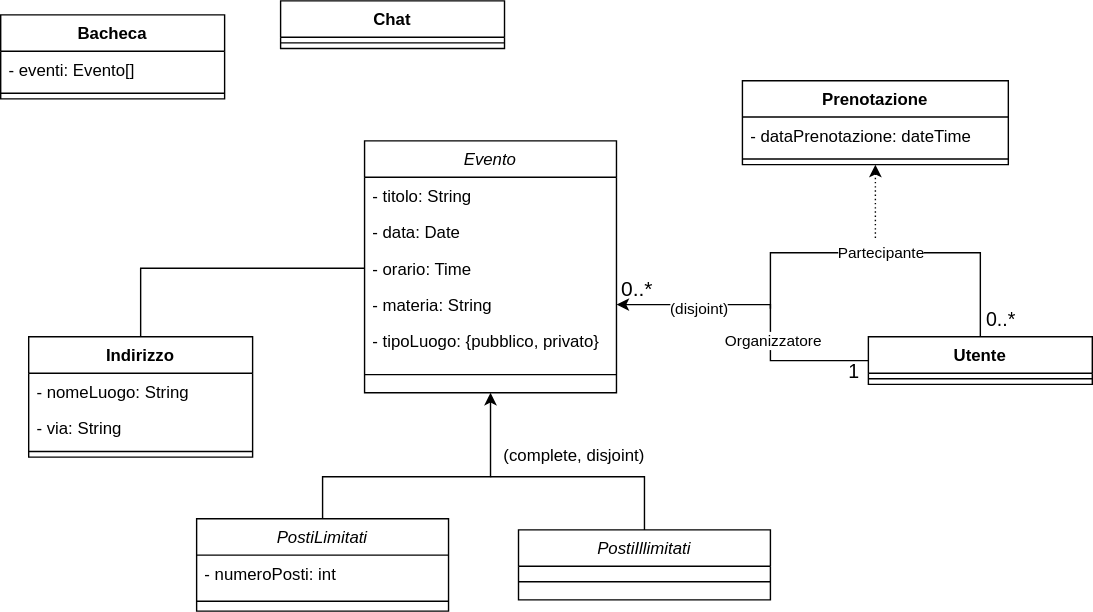
federicoporpora/studyLink keeps this draw.io diagram as ModelliDominioDrawio/Evento.svg. Above is the earlier version. Source tidied: cells renumbered, new cells last; positions are measured from the earlier drawing's top-left corner, leaving out a move shared by most shapes.
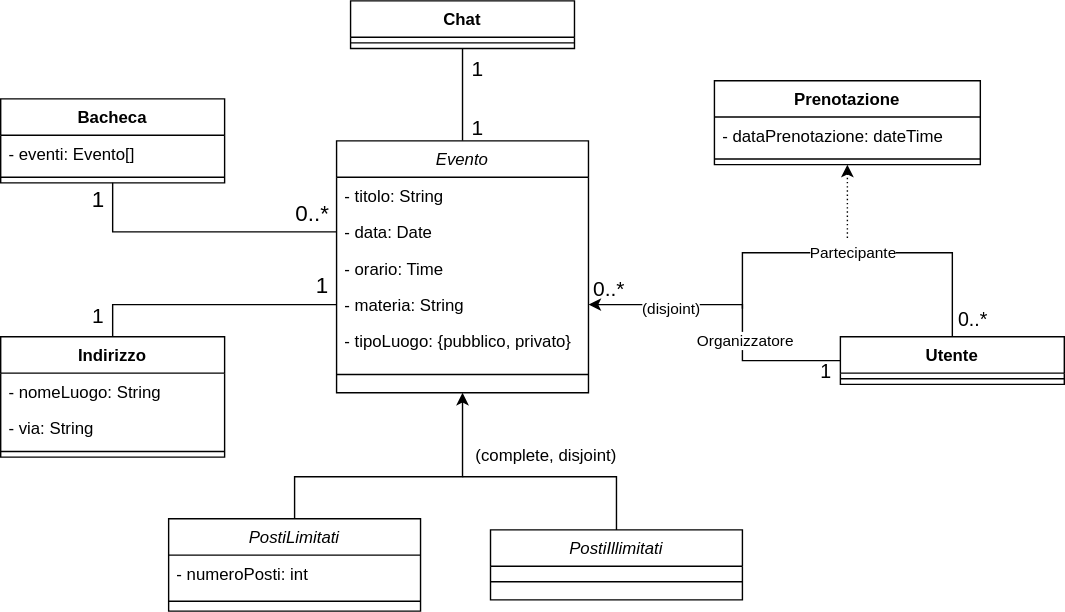
The same diagram one commit later.

Commit message:
primo push evento

Change to the diagram source:
```diff
@@ -11,6 +11,9 @@
         </Array>
       </mxGeometry>
     </mxCell>
+    <mxCell id="41" style="edgeStyle=orthogonalEdgeStyle;rounded=0;jettySize=auto;html=1;exitX=0.5;exitY=0;exitDx=0;exitDy=0;entryX=0.5;entryY=1;entryDx=0;entryDy=0;endArrow=none;endFill=0;" parent="1" edge="1" source="3" target="26">
+      <mxGeometry relative="1" as="geometry" />
+    </mxCell>
     <mxCell id="3" value="Evento" style="swimlane;fontStyle=2;align=center;verticalAlign=top;horizontal=1;startSize=26;rounded=0;shadow=0;strokeWidth=1;" parent="1" vertex="1">
       <mxGeometry x="260" y="100" width="180" height="180" as="geometry" />
     </mxCell>
@@ -32,7 +35,7 @@
     <mxCell id="9" style="line;html=1;strokeWidth=1;align=left;verticalAlign=middle;spacingTop=-1;spacingLeft=3;spacingRight=3;labelPosition=right;" parent="3" vertex="1">
       <mxGeometry y="156" width="180" height="22" as="geometry" />
     </mxCell>
-    <mxCell id="10" style="edgeStyle=orthogonalEdgeStyle;rounded=0;jettySize=auto;html=1;entryX=0;entryY=0.5;entryDx=0;entryDy=0;endArrow=none;endFill=0;" parent="1" edge="1" source="11" target="6">
+    <mxCell id="10" style="edgeStyle=orthogonalEdgeStyle;rounded=0;jettySize=auto;html=1;entryX=0;entryY=0.5;entryDx=0;entryDy=0;endArrow=none;endFill=0;" parent="1" edge="1" source="11" target="7">
       <mxGeometry relative="1" as="geometry" />
     </mxCell>
     <mxCell id="11" value="Indirizzo" style="swimlane;fontStyle=1;align=center;verticalAlign=top;horizontal=1;startSize=26;whiteSpace=wrap;html=1;" parent="1" vertex="1">
@@ -47,8 +50,11 @@
     <mxCell id="14" style="line;strokeWidth=1;fillColor=none;align=left;verticalAlign=middle;spacingTop=-1;spacingLeft=3;spacingRight=3;labelPosition=right;strokeColor=inherit;" parent="11" vertex="1">
       <mxGeometry y="78" width="160" height="8" as="geometry" />
     </mxCell>
+    <mxCell id="42" style="edgeStyle=orthogonalEdgeStyle;rounded=0;jettySize=auto;html=1;exitX=0.5;exitY=1;exitDx=0;exitDy=0;entryX=0;entryY=0.5;entryDx=0;entryDy=0;endArrow=none;endFill=0;" parent="1" edge="1" source="15" target="5">
+      <mxGeometry relative="1" as="geometry" />
+    </mxCell>
     <mxCell id="15" value="Bacheca" style="swimlane;fontStyle=1;align=center;verticalAlign=top;horizontal=1;startSize=26;whiteSpace=wrap;html=1;" parent="1" vertex="1">
-      <mxGeometry y="10" width="160" height="60" as="geometry" />
+      <mxGeometry x="20" y="70" width="160" height="60" as="geometry" />
     </mxCell>
     <mxCell id="16" value="- eventi: Evento[]" style="text;strokeColor=none;fillColor=none;align=left;verticalAlign=top;spacingLeft=4;spacingRight=4;overflow=hidden;whiteSpace=wrap;html=1;" parent="15" vertex="1">
       <mxGeometry y="26" width="160" height="26" as="geometry" />
@@ -91,7 +97,7 @@
       <mxGeometry y="52" width="190" height="8" as="geometry" />
     </mxCell>
     <mxCell id="26" value="Chat" style="swimlane;fontStyle=1;align=center;verticalAlign=top;horizontal=1;startSize=26;whiteSpace=wrap;html=1;" parent="1" vertex="1">
-      <mxGeometry x="200" width="160" height="34" as="geometry" />
+      <mxGeometry x="270" width="160" height="34" as="geometry" />
     </mxCell>
     <mxCell id="27" style="line;strokeWidth=1;fillColor=none;align=left;verticalAlign=middle;spacingTop=-1;spacingLeft=3;spacingRight=3;labelPosition=right;strokeColor=inherit;" parent="26" vertex="1">
       <mxGeometry y="26" width="160" height="8" as="geometry" />
@@ -146,5 +152,23 @@
     <mxCell id="40" value="&lt;font style=&quot;font-size: 15px;&quot;&gt;0..*&lt;/font&gt;" style="text;html=1;whiteSpace=wrap;strokeColor=none;fillColor=none;align=center;verticalAlign=middle;rounded=0;" parent="1" vertex="1">
       <mxGeometry x="425" y="190" width="60" height="30" as="geometry" />
     </mxCell>
+    <mxCell id="43" value="&lt;font style=&quot;font-size: 15px;&quot;&gt;1&lt;/font&gt;" style="text;html=1;whiteSpace=wrap;strokeColor=none;fillColor=none;align=center;verticalAlign=middle;rounded=0;" parent="1" vertex="1">
+      <mxGeometry x="60" y="210" width="60" height="30" as="geometry" />
+    </mxCell>
+    <mxCell id="44" value="&lt;font style=&quot;font-size: 16px;&quot;&gt;1&lt;/font&gt;" style="text;html=1;whiteSpace=wrap;strokeColor=none;fillColor=none;align=center;verticalAlign=middle;rounded=0;" parent="1" vertex="1">
+      <mxGeometry x="220" y="188" width="60" height="30" as="geometry" />
+    </mxCell>
+    <mxCell id="45" value="&lt;font style=&quot;font-size: 16px;&quot;&gt;1&lt;/font&gt;" style="text;html=1;whiteSpace=wrap;strokeColor=none;fillColor=none;align=center;verticalAlign=middle;rounded=0;" parent="1" vertex="1">
+      <mxGeometry x="60" y="127" width="60" height="30" as="geometry" />
+    </mxCell>
+    <mxCell id="46" value="&lt;font style=&quot;font-size: 16px;&quot;&gt;0..*&lt;/font&gt;" style="text;html=1;whiteSpace=wrap;strokeColor=none;fillColor=none;align=center;verticalAlign=middle;rounded=0;" parent="1" vertex="1">
+      <mxGeometry x="213" y="137" width="60" height="30" as="geometry" />
+    </mxCell>
+    <mxCell id="47" value="&lt;font style=&quot;font-size: 15px;&quot;&gt;1&lt;/font&gt;" style="text;html=1;whiteSpace=wrap;strokeColor=none;fillColor=none;align=center;verticalAlign=middle;rounded=0;" parent="1" vertex="1">
+      <mxGeometry x="331" y="33" width="60" height="30" as="geometry" />
+    </mxCell>
+    <mxCell id="48" value="&lt;font style=&quot;font-size: 15px;&quot;&gt;1&lt;/font&gt;" style="text;html=1;whiteSpace=wrap;strokeColor=none;fillColor=none;align=center;verticalAlign=middle;rounded=0;" parent="1" vertex="1">
+      <mxGeometry x="331" y="75" width="60" height="30" as="geometry" />
+    </mxCell>
   </root>
 </mxGraphModel>
```
